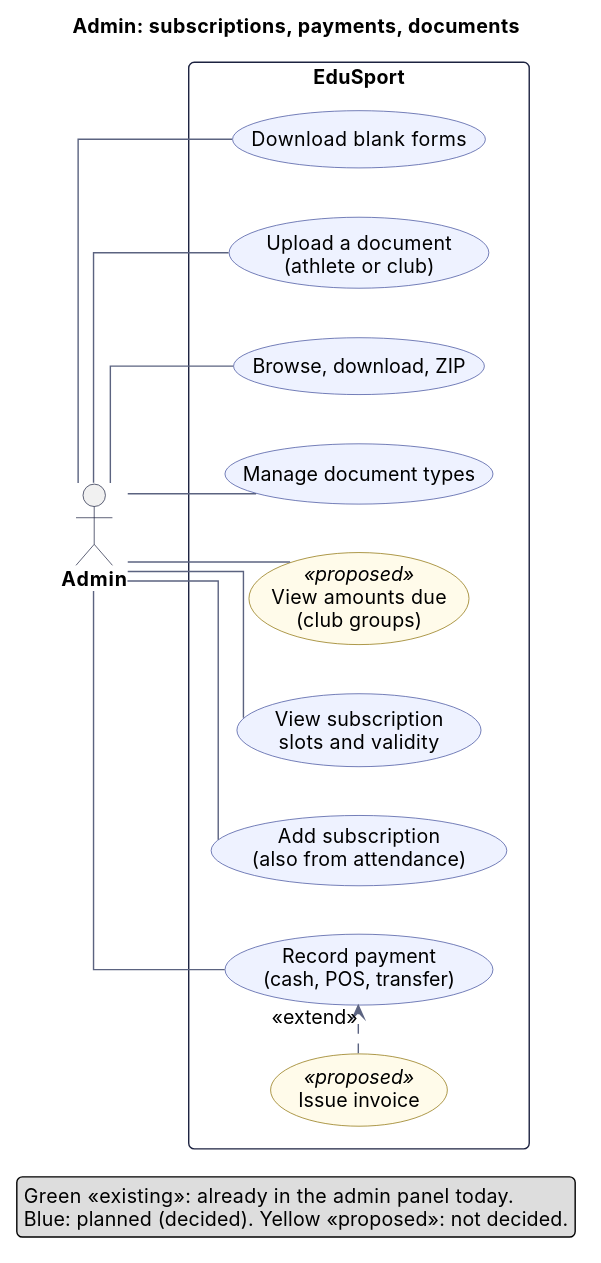
Before: docs/architecture/diagrams/02g-admin-subscriptions-documents.svg, a diagram exported from PlantUML (codrin-postu/edusport_backend).
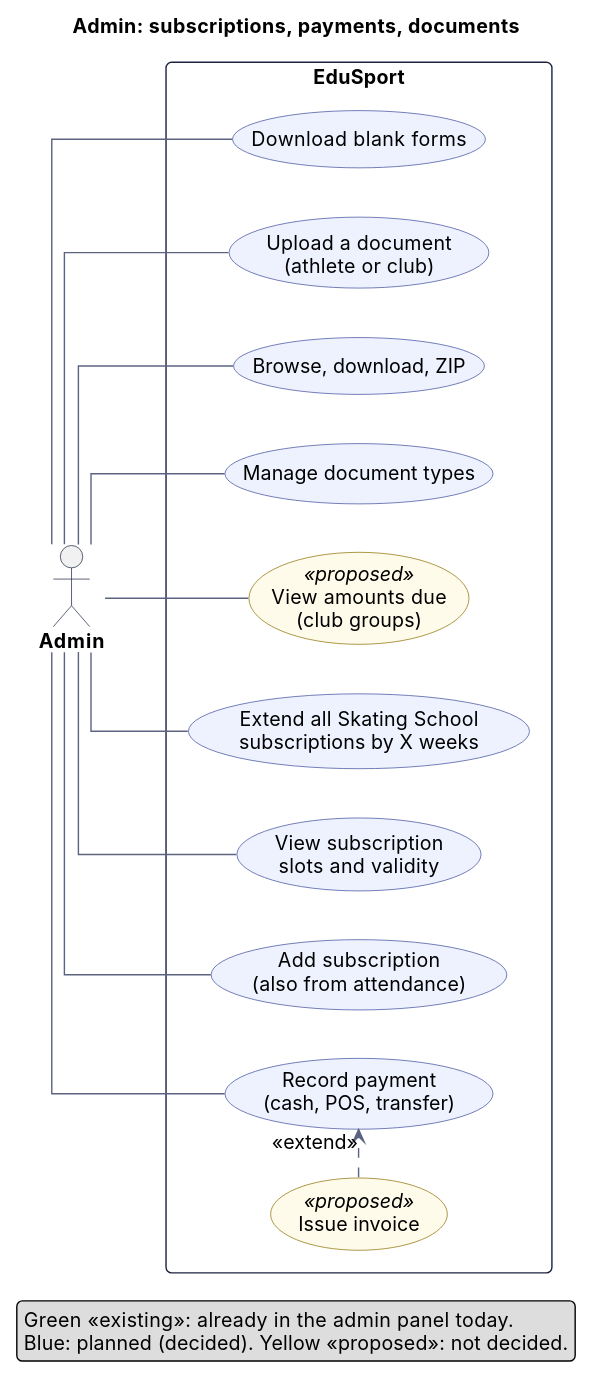
The same diagram one commit later.

Diff of the diagram source:
```diff
@@ -6,6 +6,7 @@
 rectangle "EduSport" {
   usecase "Add subscription\n(also from attendance)" as Sub
   usecase "View subscription\nslots and validity" as SubV
+  usecase "Extend all Skating School\nsubscriptions by X weeks" as Ext
   usecase "Record payment\n(cash, POS, transfer)" as Pay
   usecase "View amounts due\n(club groups)" <<proposed>> as Due
   usecase "Issue invoice" <<proposed>> as Inv
@@ -16,6 +17,7 @@
 }
 A -- Sub
 A -- SubV
+A -- Ext
 A -- Pay
 A -- Due
 A -- DType
```
